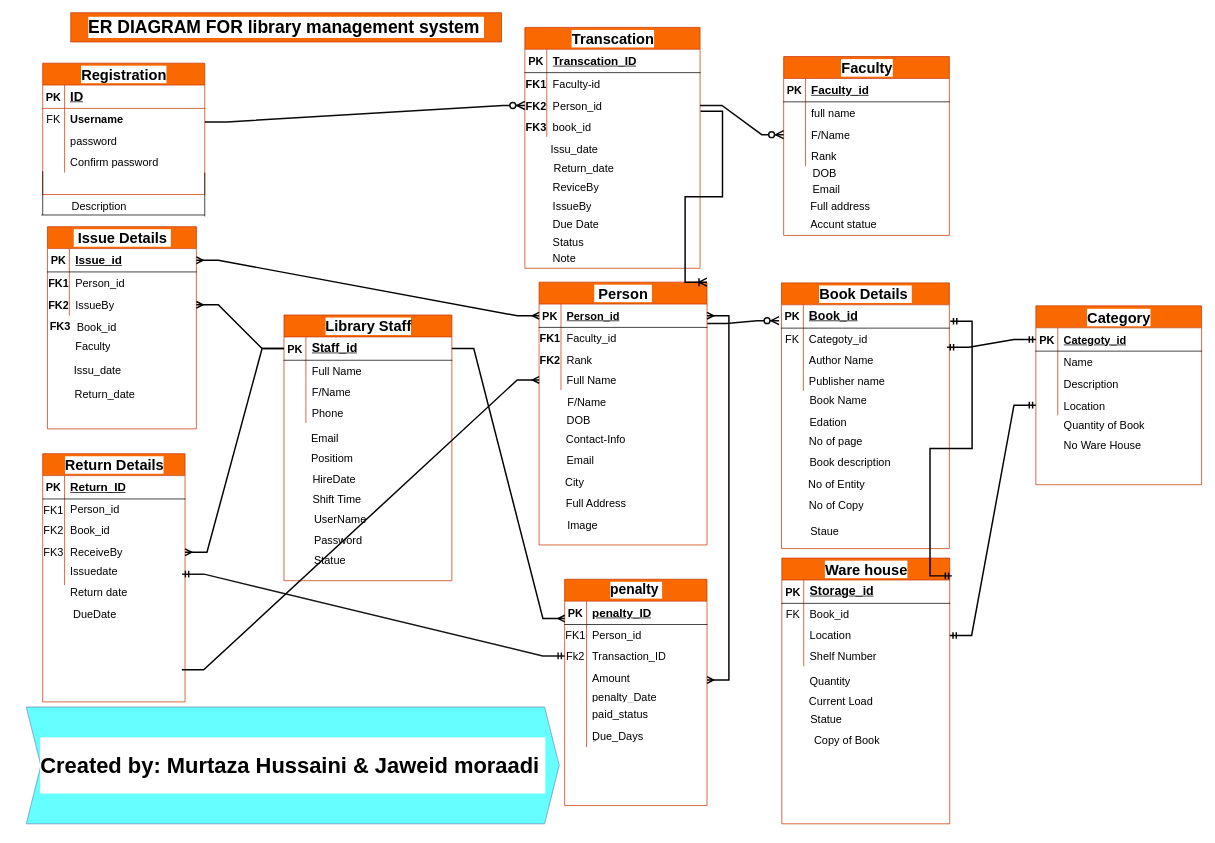
Before: ER-Diagram-Library-management-System.drawio in hussaini021/Library_management, a draw.io diagram. Source tidied: cells renumbered, new cells numbered last; positions are measured from the earlier drawing's top-left corner, leaving out a move shared by most shapes. Both pictures are drawn from the tidied source at 73%, with x=0, y=0 at pixel (26, 12).
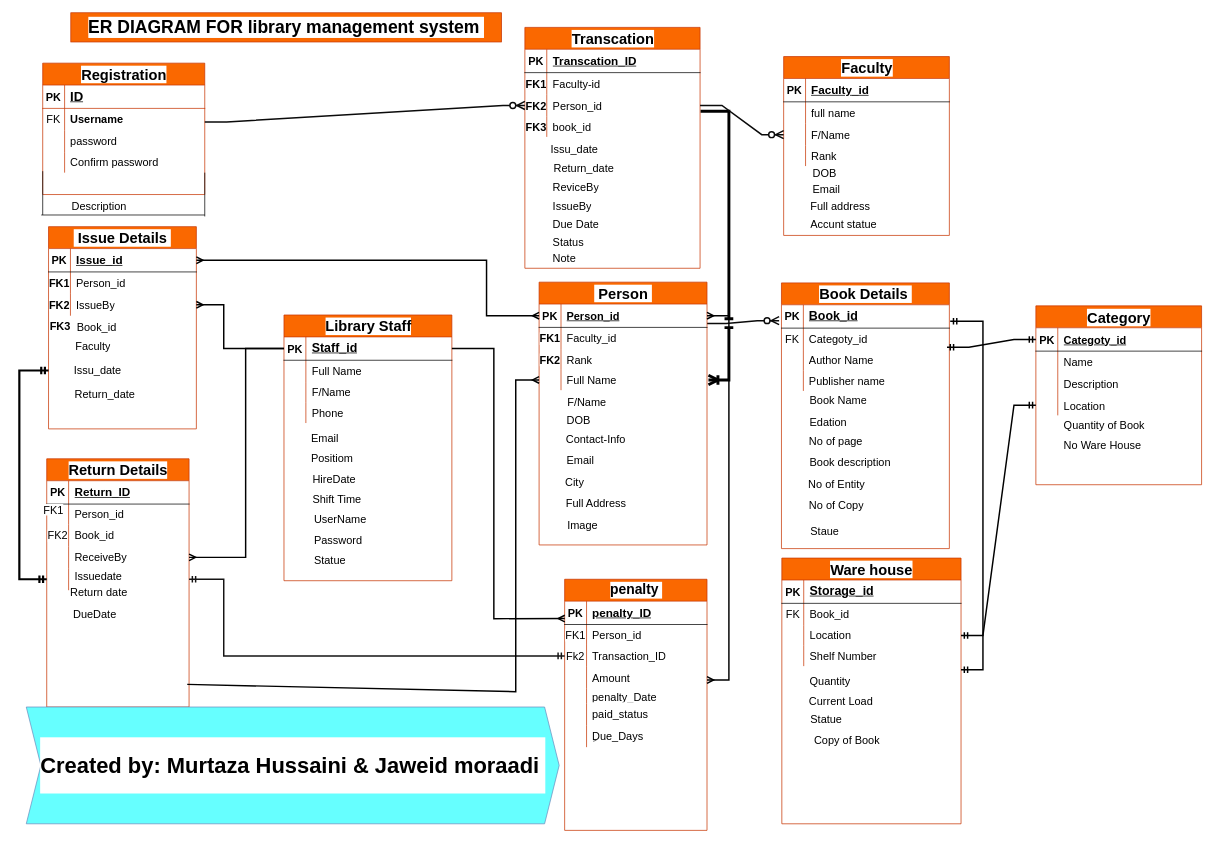
After the change.

The change refers to these unchanged cells:
```xml
<mxCell id="28" style="shape=tableRow;horizontal=0;startSize=0;swimlaneHead=0;swimlaneBody=0;fillColor=none;points=[[0,0.5],[1,0.5]];portConstraint=eastwest;top=0;left=0;right=0;bottom=0;labelBackgroundColor=#FFFFFF;fontSize=15;" parent="21" vertex="1">
  <mxGeometry y="92" width="240" height="30" as="geometry" />
</mxCell>
<mxCell id="62" style="shape=tableRow;horizontal=0;startSize=0;swimlaneHead=0;swimlaneBody=0;fillColor=none;points=[[0,0.5],[1,0.5]];portConstraint=eastwest;top=0;left=0;right=0;bottom=0;labelBackgroundColor=#FFFFFF;swimlaneFillColor=default;fontSize=15;" parent="52" vertex="1">
  <mxGeometry y="120" width="195" height="30" as="geometry" />
</mxCell>
<mxCell id="65" style="shape=tableRow;horizontal=0;startSize=0;swimlaneHead=0;swimlaneBody=0;fillColor=none;points=[[0,0.5],[1,0.5]];portConstraint=eastwest;top=0;left=0;right=0;bottom=0;labelBackgroundColor=#FFFFFF;swimlaneFillColor=default;fontSize=15;" parent="52" vertex="1">
  <mxGeometry y="150" width="195" height="30" as="geometry" />
</mxCell>
<mxCell id="85" value="&lt;font style=&quot;font-size: 20px;&quot;&gt;&amp;nbsp;Person&amp;nbsp;&lt;/font&gt;" style="shape=table;startSize=30;childLayout=tableLayout;rowLines=0;fontStyle=1;align=center;html=1;labelBackgroundColor=#FFFFFF;swimlaneFillColor=default;fontSize=15;fillColor=#fa6800;fontColor=#000000;strokeColor=#C73500;" parent="1" vertex="1">
  <mxGeometry x="702" y="369" width="230" height="360" as="geometry" />
</mxCell>
<mxCell id="86" style="shape=tableRow;horizontal=0;startSize=0;swimlaneHead=0;swimlaneBody=0;fillColor=none;points=[[0,0.5],[1,0.5]];portConstraint=eastwest;top=0;left=0;right=0;bottom=1;labelBackgroundColor=#FFFFFF;fontSize=15;" parent="85" vertex="1">
  <mxGeometry y="30" width="230" height="32" as="geometry" />
</mxCell>
<mxCell id="95" style="shape=tableRow;horizontal=0;startSize=0;swimlaneHead=0;swimlaneBody=0;fillColor=none;points=[[0,0.5],[1,0.5]];portConstraint=eastwest;top=0;left=0;right=0;bottom=0;labelBackgroundColor=#FFFFFF;fontSize=15;" parent="85" vertex="1">
  <mxGeometry y="120" width="230" height="28" as="geometry" />
</mxCell>
<mxCell id="105" style="shape=tableRow;horizontal=0;startSize=0;swimlaneHead=0;swimlaneBody=0;fillColor=none;points=[[0,0.5],[1,0.5]];portConstraint=eastwest;top=0;left=0;right=0;bottom=1;labelBackgroundColor=#FFFFFF;fontSize=15;" parent="104" vertex="1">
  <mxGeometry y="30" width="230" height="32" as="geometry" />
</mxCell>
<mxCell id="129" style="shape=tableRow;horizontal=0;startSize=0;swimlaneHead=0;swimlaneBody=0;fillColor=none;points=[[0,0.5],[1,0.5]];portConstraint=eastwest;top=0;left=0;right=0;bottom=1;labelBackgroundColor=#FFFFFF;swimlaneFillColor=default;fontSize=15;" parent="128" vertex="1">
  <mxGeometry y="30" width="195" height="32" as="geometry" />
</mxCell>
<mxCell id="135" style="shape=tableRow;horizontal=0;startSize=0;swimlaneHead=0;swimlaneBody=0;fillColor=none;points=[[0,0.5],[1,0.5]];portConstraint=eastwest;top=0;left=0;right=0;bottom=0;labelBackgroundColor=#FFFFFF;swimlaneFillColor=default;fontSize=15;" parent="128" vertex="1">
  <mxGeometry y="90" width="195" height="30" as="geometry" />
</mxCell>
<mxCell id="172" style="shape=tableRow;horizontal=0;startSize=0;swimlaneHead=0;swimlaneBody=0;fillColor=none;points=[[0,0.5],[1,0.5]];portConstraint=eastwest;top=0;left=0;right=0;bottom=1;labelBackgroundColor=#FFFFFF;fontSize=15;" parent="171" vertex="1">
  <mxGeometry y="30" width="230" height="32" as="geometry" />
</mxCell>
```

Change to the diagram source:
```diff
@@
     <mxCell id="52" value="&lt;font style=&quot;font-size: 20px;&quot;&gt;Return Details&lt;/font&gt;" style="shape=table;startSize=30;childLayout=tableLayout;rowLines=0;fontStyle=1;align=center;html=1;labelBackgroundColor=#FFFFFF;swimlaneFillColor=default;fontSize=15;fillColor=#fa6800;fontColor=#000000;strokeColor=#C73500;" parent="1" vertex="1">
-      <mxGeometry x="22" y="604" width="195" height="340" as="geometry" />
+      <mxGeometry x="27.5" y="611" width="195" height="340" as="geometry" />
     </mxCell>
@@
-    <mxCell id="63" value="FK3" style="shape=partialRectangle;fillColor=none;top=0;left=0;bottom=0;right=0;overflow=hidden;whiteSpace=wrap;html=1;labelBackgroundColor=#FFFFFF;swimlaneFillColor=default;fontSize=15;" parent="62" vertex="1">
+    <mxCell id="63" style="shape=partialRectangle;fillColor=none;top=0;left=0;bottom=0;right=0;overflow=hidden;whiteSpace=wrap;html=1;labelBackgroundColor=#FFFFFF;swimlaneFillColor=default;fontSize=15;" parent="62" vertex="1">
       <mxGeometry width="30" height="30" as="geometry" />
     </mxCell>
@@
     <mxCell id="72" value="&lt;font style=&quot;font-size: 20px;&quot;&gt;&amp;nbsp;Issue Details&amp;nbsp;&lt;/font&gt;" style="shape=table;startSize=30;childLayout=tableLayout;rowLines=0;fontStyle=1;align=center;html=1;labelBackgroundColor=#FFFFFF;swimlaneFillColor=default;fontSize=15;fillColor=#fa6800;fontColor=#000000;strokeColor=#C73500;" parent="1" vertex="1">
-      <mxGeometry x="28.5" y="293" width="204" height="277" as="geometry" />
+      <mxGeometry x="30" y="293" width="202.5" height="277" as="geometry" />
     </mxCell>
     <mxCell id="73" style="shape=tableRow;horizontal=0;startSize=0;swimlaneHead=0;swimlaneBody=0;fillColor=none;points=[[0,0.5],[1,0.5]];portConstraint=eastwest;top=0;left=0;right=0;bottom=1;labelBackgroundColor=#FFFFFF;fontSize=15;" parent="72" vertex="1">
-      <mxGeometry y="30" width="204" height="32" as="geometry" />
+      <mxGeometry y="30" width="202.5" height="32" as="geometry" />
     </mxCell>
@@
     <mxCell id="75" value="&lt;font style=&quot;font-size: 16px;&quot;&gt;Issue_id&lt;/font&gt;" style="shape=partialRectangle;fillColor=none;top=0;left=0;bottom=0;right=0;align=left;spacingLeft=6;fontStyle=5;overflow=hidden;whiteSpace=wrap;html=1;labelBackgroundColor=#FFFFFF;fontSize=15;" parent="73" vertex="1">
-      <mxGeometry x="30" width="174" height="32" as="geometry" />
+      <mxGeometry x="30" width="172.5" height="32" as="geometry" />
     </mxCell>
     <mxCell id="76" style="shape=tableRow;horizontal=0;startSize=0;swimlaneHead=0;swimlaneBody=0;fillColor=none;top=0;left=0;right=0;bottom=0;labelBackgroundColor=#FFFFFF;fontSize=15;" parent="72" vertex="1">
-      <mxGeometry y="62" width="204" height="30" as="geometry" />
+      <mxGeometry y="62" width="202.5" height="30" as="geometry" />
     </mxCell>
@@
     <mxCell id="78" value="Person_id" style="shape=partialRectangle;fillColor=none;top=0;left=0;bottom=0;right=0;align=left;spacingLeft=6;overflow=hidden;whiteSpace=wrap;html=1;labelBackgroundColor=#FFFFFF;fontSize=15;" parent="76" vertex="1">
-      <mxGeometry x="30" width="174" height="30" as="geometry" />
+      <mxGeometry x="30" width="172.5" height="30" as="geometry" />
     </mxCell>
     <mxCell id="79" style="shape=tableRow;horizontal=0;startSize=0;swimlaneHead=0;swimlaneBody=0;fillColor=none;points=[[0,0.5],[1,0.5]];portConstraint=eastwest;top=0;left=0;right=0;bottom=0;labelBackgroundColor=#FFFFFF;fontSize=15;" parent="72" vertex="1">
-      <mxGeometry y="92" width="204" height="30" as="geometry" />
+      <mxGeometry y="92" width="202.5" height="30" as="geometry" />
     </mxCell>
@@
     <mxCell id="81" value="IssueBy" style="shape=partialRectangle;fillColor=none;top=0;left=0;bottom=0;right=0;align=left;spacingLeft=6;overflow=hidden;whiteSpace=wrap;html=1;labelBackgroundColor=#FFFFFF;fontSize=15;" parent="79" vertex="1">
-      <mxGeometry x="30" width="174" height="30" as="geometry" />
+      <mxGeometry x="30" width="172.5" height="30" as="geometry" />
     </mxCell>
@@
-    <mxCell id="123" style="edgeStyle=entityRelationEdgeStyle;fontSize=12;html=1;endArrow=ERoneToMany;startArrow=none;rounded=0;labelBackgroundColor=light-dark(#171616, #121212);verticalAlign=middle;fontFamily=Verdana;labelBorderColor=default;textShadow=0;startFill=0;endSize=8;startSize=8;targetPerimeterSpacing=2;sourcePerimeterSpacing=2;strokeColor=light-dark(#000000,#BABDC0);jumpStyle=line;strokeWidth=2;fillColor=#cdeb8b;exitX=1.003;exitY=0.76;exitDx=0;exitDy=0;exitPerimeter=0;entryX=1;entryY=0;entryDx=0;entryDy=0;" parent="1" edge="1" source="28" target="85">
+    <mxCell id="123" style="edgeStyle=entityRelationEdgeStyle;fontSize=12;html=1;endArrow=ERoneToMany;startArrow=none;rounded=0;labelBackgroundColor=light-dark(#171616, #121212);verticalAlign=middle;fontFamily=Verdana;labelBorderColor=default;textShadow=0;startFill=0;endSize=8;startSize=8;targetPerimeterSpacing=2;sourcePerimeterSpacing=2;strokeColor=light-dark(#000000,#FF0000);jumpStyle=line;strokeWidth=4;fillColor=#cdeb8b;exitX=1.003;exitY=0.76;exitDx=0;exitDy=0;exitPerimeter=0;" parent="1" edge="1" source="28" target="95">
       <mxGeometry relative="1" as="geometry">
         <Array as="points">
           <mxPoint x="675.5" y="461" />
           <mxPoint x="586" y="304" />
           <mxPoint x="646" y="324" />
         </Array>
       </mxGeometry>
     </mxCell>
@@
     <mxCell id="128" value="&lt;font style=&quot;font-size: 19px;&quot;&gt;penalty&amp;nbsp;&lt;/font&gt;" style="shape=table;startSize=30;childLayout=tableLayout;rowLines=0;fontStyle=1;align=center;html=1;labelBackgroundColor=#FFFFFF;swimlaneFillColor=default;fontSize=15;fillColor=#fa6800;fontColor=#000000;strokeColor=#C73500;" parent="1" vertex="1">
-      <mxGeometry x="737" y="776" width="195" height="310" as="geometry" />
+      <mxGeometry x="737" y="776" width="195" height="344" as="geometry" />
     </mxCell>
@@
-    <mxCell id="150" style="edgeStyle=entityRelationEdgeStyle;fontSize=12;html=1;endArrow=ERmandOne;startArrow=ERmandOne;rounded=0;entryX=0;entryY=0.5;entryDx=0;entryDy=0;strokeWidth=2;strokeColor=light-dark(#151414, #FF9164);" parent="1" edge="1" target="135">
+    <mxCell id="150" style="fontSize=12;html=1;endArrow=ERmandOne;startArrow=ERmandOne;rounded=0;entryX=0;entryY=0.5;entryDx=0;entryDy=0;strokeWidth=2;strokeColor=light-dark(#151414, #FF9164);exitX=1;exitY=0.5;exitDx=0;exitDy=0;" parent="1" edge="1" source="65" target="135">
       <mxGeometry relative="1" as="geometry">
-        <mxPoint x="213" y="769" as="sourcePoint" />
+        <Array as="points">
+          <mxPoint x="270" y="776" />
+          <mxPoint x="270" y="881" />
+        </Array>
       </mxGeometry>
     </mxCell>
@@
     <mxCell id="152" value="&lt;font style=&quot;font-size: 20px;&quot;&gt;Ware house&lt;/font&gt;" style="shape=table;startSize=30;childLayout=tableLayout;rowLines=0;fontStyle=1;align=center;html=1;labelBackgroundColor=#FFFFFF;swimlaneFillColor=default;fontSize=15;fillColor=#fa6800;fontColor=#000000;strokeColor=#C73500;" parent="1" vertex="1">
-      <mxGeometry x="1034.5" y="747" width="230" height="364" as="geometry" />
+      <mxGeometry x="1034.5" y="747" width="245.5" height="364" as="geometry" />
     </mxCell>
     <mxCell id="153" style="shape=tableRow;horizontal=0;startSize=0;swimlaneHead=0;swimlaneBody=0;fillColor=none;top=0;left=0;right=0;bottom=1;labelBackgroundColor=#FFFFFF;fontSize=15;" parent="152" vertex="1">
-      <mxGeometry y="30" width="230" height="32" as="geometry" />
+      <mxGeometry y="30" width="245.5" height="32" as="geometry" />
     </mxCell>
@@
     <mxCell id="155" value="&lt;font style=&quot;font-size: 17px;&quot;&gt;Storage_id&lt;/font&gt;" style="shape=partialRectangle;fillColor=none;top=0;left=0;bottom=0;right=0;align=left;spacingLeft=6;fontStyle=5;overflow=hidden;whiteSpace=wrap;html=1;labelBackgroundColor=#FFFFFF;fontSize=15;" parent="153" vertex="1">
-      <mxGeometry x="30" width="200" height="32" as="geometry" />
+      <mxGeometry x="30" width="215.5" height="32" as="geometry" />
     </mxCell>
     <mxCell id="156" style="shape=tableRow;horizontal=0;startSize=0;swimlaneHead=0;swimlaneBody=0;fillColor=none;top=0;left=0;right=0;bottom=0;labelBackgroundColor=#FFFFFF;fontSize=15;" parent="152" vertex="1">
-      <mxGeometry y="62" width="230" height="30" as="geometry" />
+      <mxGeometry y="62" width="245.5" height="30" as="geometry" />
     </mxCell>
@@
     <mxCell id="158" value="Book_id" style="shape=partialRectangle;fillColor=none;top=0;left=0;bottom=0;right=0;align=left;spacingLeft=6;overflow=hidden;whiteSpace=wrap;html=1;labelBackgroundColor=#FFFFFF;fontSize=15;" parent="156" vertex="1">
-      <mxGeometry x="30" width="200" height="30" as="geometry" />
+      <mxGeometry x="30" width="215.5" height="30" as="geometry" />
     </mxCell>
     <mxCell id="159" style="shape=tableRow;horizontal=0;startSize=0;swimlaneHead=0;swimlaneBody=0;fillColor=none;points=[[0,0.5],[1,0.5]];portConstraint=eastwest;top=0;left=0;right=0;bottom=0;labelBackgroundColor=#FFFFFF;fontSize=15;" parent="152" vertex="1">
-      <mxGeometry y="92" width="230" height="28" as="geometry" />
+      <mxGeometry y="92" width="245.5" height="28" as="geometry" />
     </mxCell>
@@
     <mxCell id="161" value="Location" style="shape=partialRectangle;fillColor=none;top=0;left=0;bottom=0;right=0;align=left;spacingLeft=6;overflow=hidden;whiteSpace=wrap;html=1;labelBackgroundColor=#FFFFFF;fontSize=15;" parent="159" vertex="1">
-      <mxGeometry x="30" width="200" height="28" as="geometry" />
+      <mxGeometry x="30" width="215.5" height="28" as="geometry" />
     </mxCell>
     <mxCell id="162" style="shape=tableRow;horizontal=0;startSize=0;swimlaneHead=0;swimlaneBody=0;fillColor=none;top=0;left=0;right=0;bottom=0;labelBackgroundColor=#FFFFFF;fontSize=15;" parent="152" vertex="1">
-      <mxGeometry y="120" width="230" height="28" as="geometry" />
+      <mxGeometry y="120" width="245.5" height="28" as="geometry" />
     </mxCell>
@@
     <mxCell id="164" value="Shelf Number" style="shape=partialRectangle;fillColor=none;top=0;left=0;bottom=0;right=0;align=left;spacingLeft=6;overflow=hidden;whiteSpace=wrap;html=1;labelBackgroundColor=#FFFFFF;fontSize=15;" parent="162" vertex="1">
-      <mxGeometry x="30" width="200" height="28" as="geometry" />
+      <mxGeometry x="30" width="215.5" height="28" as="geometry" />
     </mxCell>
@@
-    <mxCell id="195" style="edgeStyle=entityRelationEdgeStyle;fontSize=12;html=1;endArrow=ERmandOne;startArrow=ERmandOne;rounded=0;entryX=1.005;entryY=0.706;entryDx=0;entryDy=0;strokeWidth=2;exitX=1.013;exitY=0.067;exitDx=0;exitDy=0;exitPerimeter=0;entryPerimeter=0;" parent="1" edge="1" source="152" target="105">
-      <mxGeometry relative="1" as="geometry" />
+    <mxCell id="195" style="edgeStyle=entityRelationEdgeStyle;fontSize=12;html=1;endArrow=ERmandOne;startArrow=ERmandOne;rounded=0;entryX=1.005;entryY=0.706;entryDx=0;entryDy=0;strokeWidth=2;entryPerimeter=0;" parent="1" edge="1" target="105">
+      <mxGeometry relative="1" as="geometry">
+        <mxPoint x="1280" y="900" as="sourcePoint" />
+      </mxGeometry>
     </mxCell>
@@
-    <mxCell id="197" style="edgeStyle=entityRelationEdgeStyle;fontSize=12;html=1;endArrow=ERmany;rounded=0;exitX=0;exitY=0.5;exitDx=0;exitDy=0;strokeWidth=2;" parent="1" edge="1" source="172" target="79">
-      <mxGeometry relative="1" as="geometry" />
+    <mxCell id="197" style="fontSize=12;html=1;endArrow=ERmany;rounded=0;exitX=0;exitY=0.5;exitDx=0;exitDy=0;strokeWidth=2;entryX=1;entryY=0.5;entryDx=0;entryDy=0;" parent="1" edge="1" source="172" target="79">
+      <mxGeometry relative="1" as="geometry">
+        <Array as="points">
+          <mxPoint x="270" y="460" />
+          <mxPoint x="270" y="400" />
+        </Array>
+      </mxGeometry>
     </mxCell>
-    <mxCell id="198" style="edgeStyle=entityRelationEdgeStyle;fontSize=12;html=1;endArrow=ERmany;rounded=0;exitX=0;exitY=0.5;exitDx=0;exitDy=0;strokeWidth=2;" parent="1" edge="1" source="172" target="62">
-      <mxGeometry relative="1" as="geometry" />
+    <mxCell id="198" style="fontSize=12;html=1;endArrow=ERmany;rounded=0;exitX=0;exitY=0.5;exitDx=0;exitDy=0;strokeWidth=2;entryX=1;entryY=0.5;entryDx=0;entryDy=0;" parent="1" edge="1" source="172" target="62">
+      <mxGeometry relative="1" as="geometry">
+        <Array as="points">
+          <mxPoint x="300" y="460" />
+          <mxPoint x="300" y="746" />
+        </Array>
+      </mxGeometry>
     </mxCell>
-    <mxCell id="199" style="edgeStyle=entityRelationEdgeStyle;fontSize=12;html=1;endArrow=ERmany;rounded=0;entryX=0.001;entryY=0.744;entryDx=0;entryDy=0;entryPerimeter=0;exitX=1;exitY=0.5;exitDx=0;exitDy=0;strokeWidth=2;" parent="1" edge="1" source="172" target="129">
-      <mxGeometry relative="1" as="geometry" />
+    <mxCell id="199" style="fontSize=12;html=1;endArrow=ERmany;rounded=0;entryX=0.001;entryY=0.744;entryDx=0;entryDy=0;entryPerimeter=0;exitX=1;exitY=0.5;exitDx=0;exitDy=0;strokeWidth=2;" parent="1" edge="1" source="172" target="129">
+      <mxGeometry relative="1" as="geometry">
+        <Array as="points">
+          <mxPoint x="640" y="460" />
+          <mxPoint x="640" y="830" />
+        </Array>
+      </mxGeometry>
     </mxCell>
@@
-    <mxCell id="224" style="edgeStyle=entityRelationEdgeStyle;fontSize=12;html=1;endArrow=ERmany;rounded=0;entryX=0;entryY=0.5;entryDx=0;entryDy=0;strokeWidth=2;" parent="1" edge="1" target="95">
+    <mxCell id="224" style="fontSize=12;html=1;endArrow=ERmany;rounded=0;entryX=0;entryY=0.5;entryDx=0;entryDy=0;strokeWidth=2;" parent="1" edge="1" target="95">
       <mxGeometry relative="1" as="geometry">
-        <mxPoint x="212.5" y="900" as="sourcePoint" />
+        <mxPoint x="220" y="920" as="sourcePoint" />
+        <Array as="points">
+          <mxPoint x="670" y="930" />
+          <mxPoint x="670" y="503" />
+        </Array>
       </mxGeometry>
     </mxCell>
-    <mxCell id="225" style="edgeStyle=entityRelationEdgeStyle;fontSize=12;html=1;endArrow=ERmany;startArrow=ERmany;rounded=0;entryX=0;entryY=0.5;entryDx=0;entryDy=0;exitX=1;exitY=0.5;exitDx=0;exitDy=0;strokeWidth=2;" parent="1" edge="1" source="73" target="86">
-      <mxGeometry relative="1" as="geometry" />
+    <mxCell id="225" style="fontSize=12;html=1;endArrow=ERmany;startArrow=ERmany;rounded=0;entryX=0;entryY=0.5;entryDx=0;entryDy=0;exitX=1;exitY=0.5;exitDx=0;exitDy=0;strokeWidth=2;" parent="1" edge="1" source="73" target="86">
+      <mxGeometry relative="1" as="geometry">
+        <Array as="points">
+          <mxPoint x="630" y="339" />
+          <mxPoint x="630" y="415" />
+        </Array>
+      </mxGeometry>
     </mxCell>
+    <mxCell id="226" style="fontSize=12;html=1;endArrow=ERmandOne;startArrow=ERmandOne;rounded=0;strokeWidth=3;elbow=vertical;shadow=0;exitX=0;exitY=0.5;exitDx=0;exitDy=0;" parent="1" edge="1" source="65">
+      <mxGeometry relative="1" as="geometry">
+        <mxPoint x="30" y="490" as="targetPoint" />
+        <Array as="points">
+          <mxPoint x="-10" y="776" />
+          <mxPoint x="-10" y="490" />
+        </Array>
+      </mxGeometry>
+    </mxCell>
```
